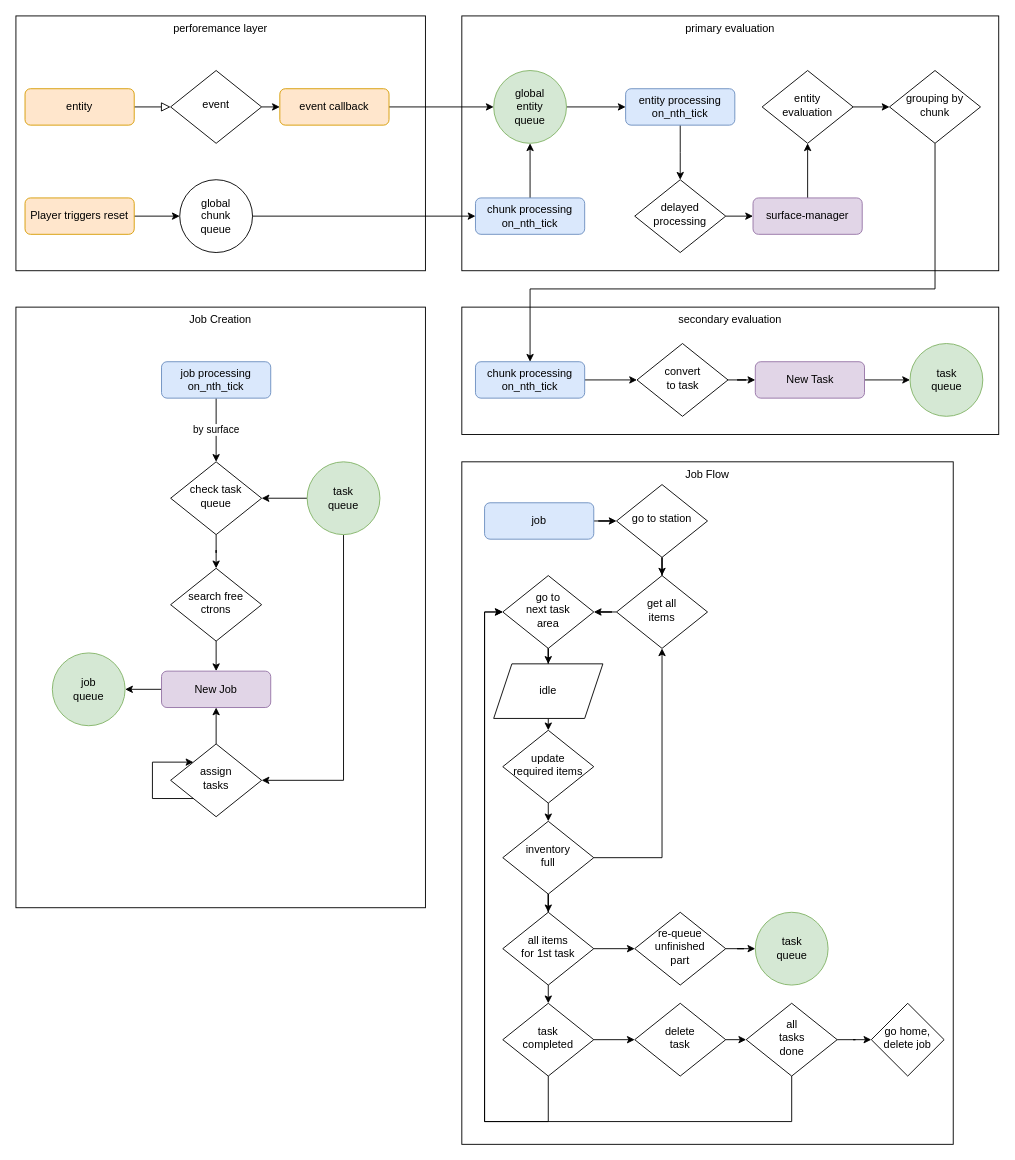
Earlier version of the draw.io diagram doc/data_flow.drawio (nicolas-lang/Constructron-2). Source tidied: cells renumbered, new cells numbered last; positions are measured from the earlier drawing's top-left corner, leaving out a move shared by most shapes. Both pictures are drawn from the tidied source at 91%, with x=0, y=0 at pixel (15, 15).
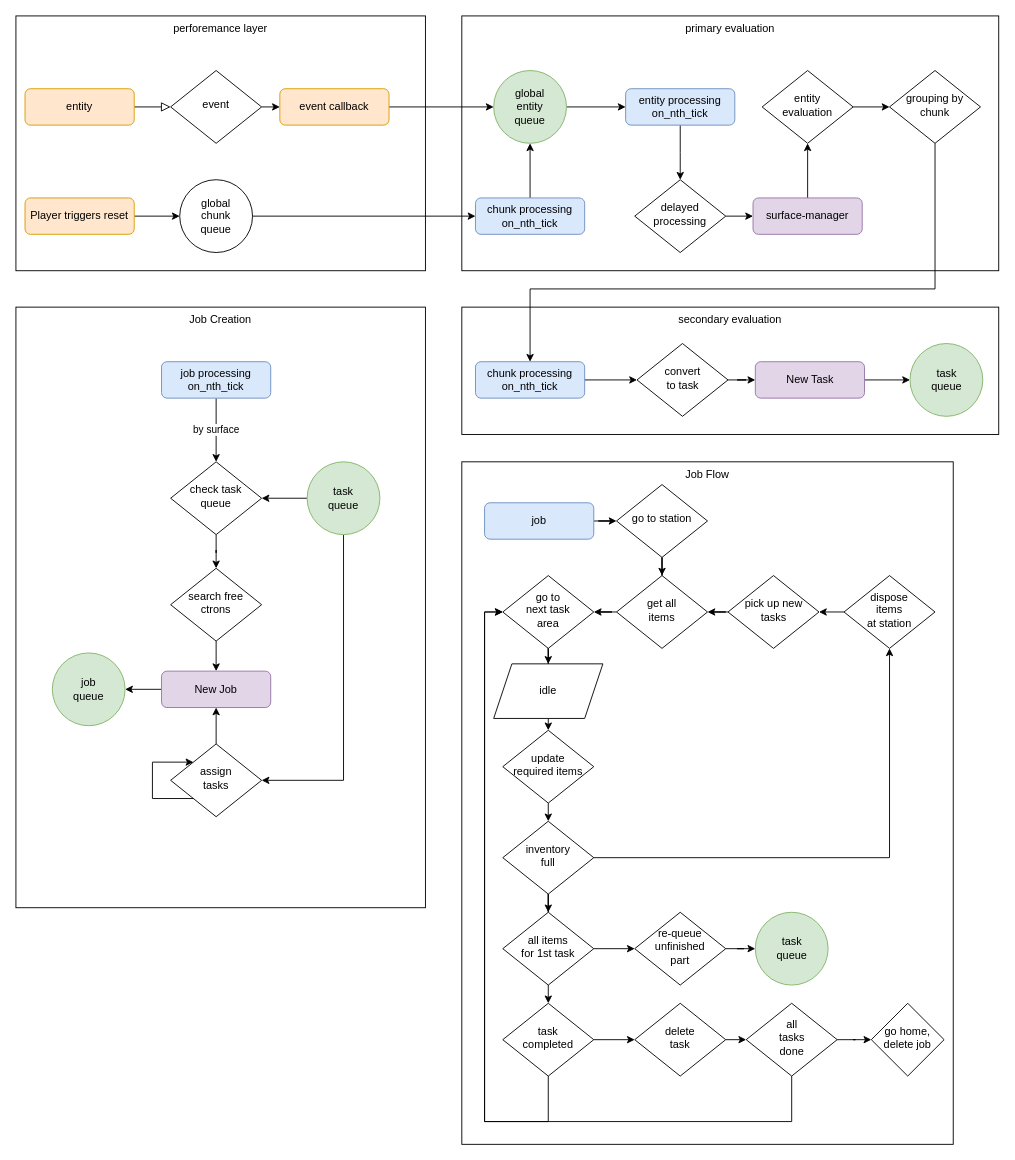
The same diagram, later.

Unchanged cells that the change refers to:
```xml
<mxCell id="56" value="&lt;span&gt;get all&lt;br&gt;items&lt;br&gt;&lt;/span&gt;" style="rhombus;whiteSpace=wrap;html=1;shadow=0;fontFamily=Helvetica;fontSize=12;align=center;strokeWidth=1;spacing=6;spacingTop=-4;" parent="1" vertex="1">
  <mxGeometry x="660" y="615" width="100" height="80" as="geometry" />
</mxCell>
<mxCell id="61" value="&lt;span&gt;inventory&lt;br&gt;full&lt;br&gt;&lt;/span&gt;" style="rhombus;whiteSpace=wrap;html=1;shadow=0;fontFamily=Helvetica;fontSize=12;align=center;strokeWidth=1;spacing=6;spacingTop=-4;" parent="1" vertex="1">
  <mxGeometry x="535" y="885" width="100" height="80" as="geometry" />
</mxCell>
```

Change to the diagram source:
```diff
@@
-    <mxCell id="60" style="edgeStyle=orthogonalEdgeStyle;rounded=0;jettySize=auto;html=1;exitX=1;exitY=0.5;exitDx=0;exitDy=0;entryX=0.5;entryY=1;entryDx=0;entryDy=0;" parent="1" edge="1" source="61" target="56">
-      <mxGeometry relative="1" as="geometry" />
+    <mxCell id="60" style="edgeStyle=orthogonalEdgeStyle;rounded=0;jettySize=auto;html=1;exitX=1;exitY=0.5;exitDx=0;exitDy=0;entryX=0.5;entryY=1;entryDx=0;entryDy=0;" parent="1" edge="1" source="61" target="84">
+      <mxGeometry relative="1" as="geometry">
+        <Array as="points">
+          <mxPoint x="960" y="925" />
+        </Array>
+      </mxGeometry>
     </mxCell>
@@
+    <mxCell id="83" style="edgeStyle=orthogonalEdgeStyle;rounded=0;jettySize=auto;html=1;exitX=0;exitY=0.5;exitDx=0;exitDy=0;entryX=1;entryY=0.5;entryDx=0;entryDy=0;" parent="1" edge="1" source="84" target="86">
+      <mxGeometry relative="1" as="geometry" />
+    </mxCell>
+    <mxCell id="84" value="&lt;span&gt;dispose&lt;br&gt;items&lt;br&gt;at station&lt;br&gt;&lt;/span&gt;" style="rhombus;whiteSpace=wrap;html=1;shadow=0;fontFamily=Helvetica;fontSize=12;align=center;strokeWidth=1;spacing=6;spacingTop=-4;" parent="1" vertex="1">
+      <mxGeometry x="910" y="615" width="100" height="80" as="geometry" />
+    </mxCell>
+    <mxCell id="85" style="edgeStyle=orthogonalEdgeStyle;rounded=0;jettySize=auto;html=1;exitX=0;exitY=0.5;exitDx=0;exitDy=0;" parent="1" edge="1" source="86" target="56">
+      <mxGeometry relative="1" as="geometry" />
+    </mxCell>
+    <mxCell id="86" value="&lt;span&gt;pick up new tasks&lt;br&gt;&lt;/span&gt;" style="rhombus;whiteSpace=wrap;html=1;shadow=0;fontFamily=Helvetica;fontSize=12;align=center;strokeWidth=1;spacing=6;spacingTop=-4;" parent="1" vertex="1">
+      <mxGeometry x="782.5" y="615" width="100" height="80" as="geometry" />
+    </mxCell>
```
